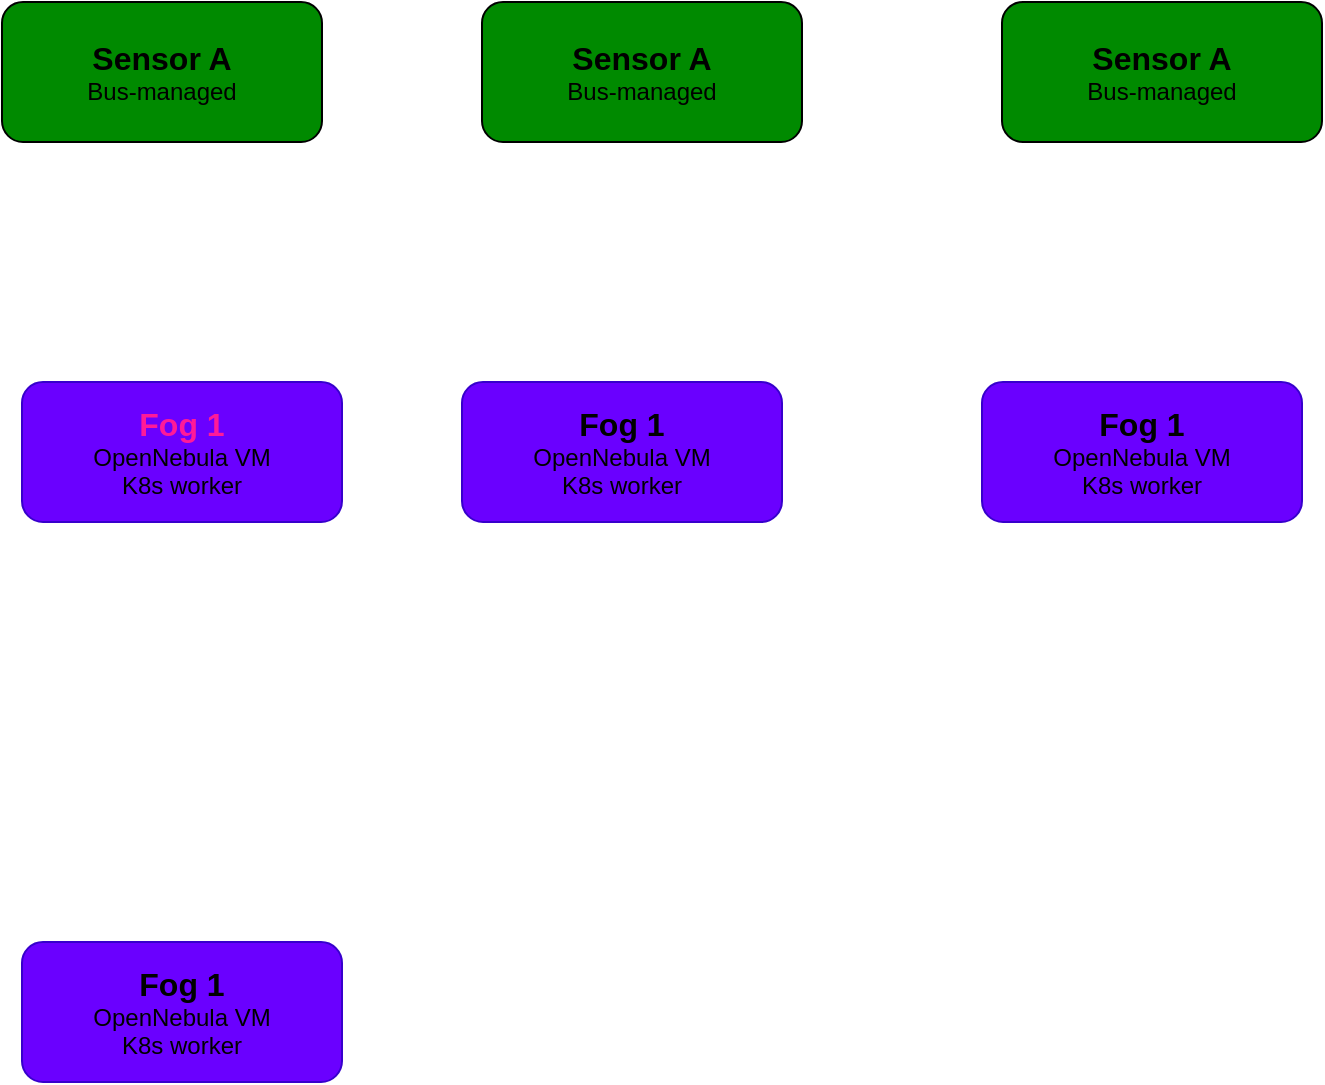
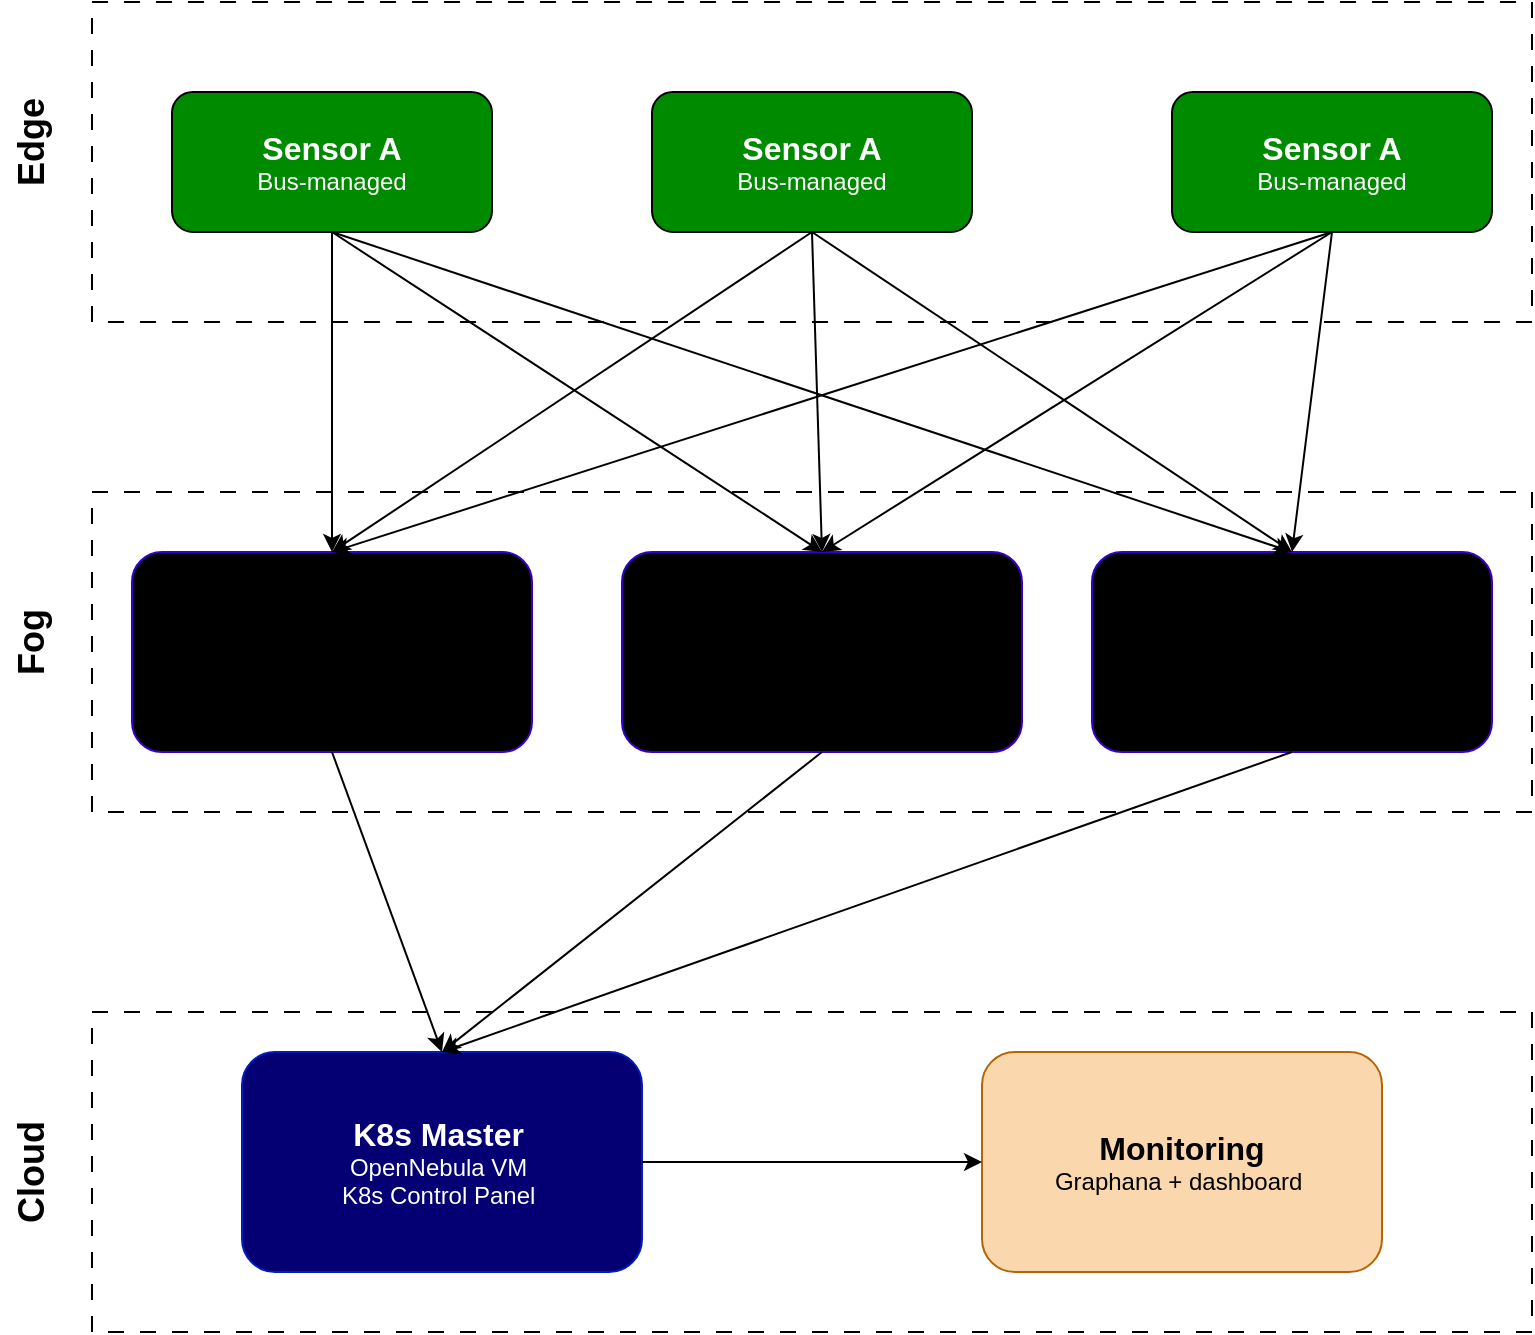
<mxfile host="app.diagrams.net">
  <diagram name="Page-1" id="_RtDyZi4ELLvnfh5VW-X">
    <mxGraphModel dx="1638" dy="841" grid="1" gridSize="10" guides="1" tooltips="1" connect="1" arrows="1" fold="1" page="1" pageScale="1" pageWidth="850" pageHeight="1100" math="0" shadow="0">
      <root>
        <mxCell id="0" />
        <mxCell id="1" parent="0" />
-         <mxCell id="Nj950ElIPJNTQFLo2fWw-1" parent="1" style="rounded=1;whiteSpace=wrap;html=1;fillColor=#008a00;fontColor=#ffffff;strokeColor=default;" value="&lt;div&gt;&lt;span style=&quot;color: light-dark(rgb(0, 0, 0), rgb(208, 255, 205));&quot;&gt;&lt;b&gt;&lt;font style=&quot;font-size: 16px;&quot; face=&quot;Helvetica&quot;&gt;Sensor A&lt;/font&gt;&lt;/b&gt;&lt;/span&gt;&lt;/div&gt;&lt;span style=&quot;color: light-dark(rgb(0, 0, 0), rgb(208, 255, 205));&quot;&gt;Bus-managed&lt;/span&gt;" vertex="1">
+         <mxCell id="s7r8S3nNiemYfjiW-K3L-24" parent="1" style="rounded=0;whiteSpace=wrap;html=1;fillColor=none;dashed=1;dashPattern=8 8;labelPosition=left;verticalLabelPosition=top;align=right;verticalAlign=bottom;" value="&lt;div&gt;&lt;br&gt;&lt;/div&gt;" vertex="1">
+           <mxGeometry height="160" width="720" x="60" y="330" as="geometry" />
+         </mxCell>
+         <mxCell id="Nj950ElIPJNTQFLo2fWw-1" parent="1" style="rounded=1;whiteSpace=wrap;html=1;fillColor=#008a00;fontColor=light-dark(#FFFFFF,#E6FFE1);strokeColor=default;" value="&lt;div&gt;&lt;span style=&quot;&quot;&gt;&lt;b&gt;&lt;font style=&quot;font-size: 16px;&quot; face=&quot;Helvetica&quot;&gt;Sensor A&lt;/font&gt;&lt;/b&gt;&lt;/span&gt;&lt;/div&gt;&lt;span style=&quot;&quot;&gt;Bus-managed&lt;/span&gt;" vertex="1">
          <mxGeometry height="70" width="160" x="100" y="130" as="geometry" />
        </mxCell>
-         <mxCell id="Nj950ElIPJNTQFLo2fWw-2" parent="1" style="rounded=1;whiteSpace=wrap;html=1;fillColor=#008a00;fontColor=#ffffff;strokeColor=default;" value="&lt;div&gt;&lt;span style=&quot;color: light-dark(rgb(0, 0, 0), rgb(208, 255, 205));&quot;&gt;&lt;b&gt;&lt;font style=&quot;font-size: 16px;&quot; face=&quot;Helvetica&quot;&gt;Sensor A&lt;/font&gt;&lt;/b&gt;&lt;/span&gt;&lt;/div&gt;&lt;span style=&quot;color: light-dark(rgb(0, 0, 0), rgb(208, 255, 205));&quot;&gt;Bus-managed&lt;/span&gt;" vertex="1">
+         <mxCell id="Nj950ElIPJNTQFLo2fWw-2" parent="1" style="rounded=1;whiteSpace=wrap;html=1;fillColor=#008a00;fontColor=light-dark(#FFFFFF,#E6FFE1);strokeColor=default;" value="&lt;div&gt;&lt;span style=&quot;&quot;&gt;&lt;b&gt;&lt;font style=&quot;font-size: 16px;&quot; face=&quot;Helvetica&quot;&gt;Sensor A&lt;/font&gt;&lt;/b&gt;&lt;/span&gt;&lt;/div&gt;&lt;span style=&quot;&quot;&gt;Bus-managed&lt;/span&gt;" vertex="1">
          <mxGeometry height="70" width="160" x="340" y="130" as="geometry" />
        </mxCell>
-         <mxCell id="Nj950ElIPJNTQFLo2fWw-3" parent="1" style="rounded=1;whiteSpace=wrap;html=1;fillColor=#008a00;fontColor=#ffffff;strokeColor=default;" value="&lt;div&gt;&lt;span style=&quot;color: light-dark(rgb(0, 0, 0), rgb(208, 255, 205));&quot;&gt;&lt;b&gt;&lt;font style=&quot;font-size: 16px;&quot; face=&quot;Helvetica&quot;&gt;Sensor A&lt;/font&gt;&lt;/b&gt;&lt;/span&gt;&lt;/div&gt;&lt;span style=&quot;color: light-dark(rgb(0, 0, 0), rgb(208, 255, 205));&quot;&gt;Bus-managed&lt;/span&gt;" vertex="1">
+         <mxCell id="Nj950ElIPJNTQFLo2fWw-3" parent="1" style="rounded=1;whiteSpace=wrap;html=1;fillColor=#008a00;fontColor=light-dark(#FFFFFF,#E6FFE1);strokeColor=default;" value="&lt;div&gt;&lt;span style=&quot;&quot;&gt;&lt;b&gt;&lt;font style=&quot;font-size: 16px;&quot; face=&quot;Helvetica&quot;&gt;Sensor A&lt;/font&gt;&lt;/b&gt;&lt;/span&gt;&lt;/div&gt;&lt;span style=&quot;&quot;&gt;Bus-managed&lt;/span&gt;" vertex="1">
          <mxGeometry height="70" width="160" x="600" y="130" as="geometry" />
        </mxCell>
-         <mxCell id="Nj950ElIPJNTQFLo2fWw-4" parent="1" style="rounded=1;whiteSpace=wrap;html=1;fillColor=light-dark(#6A00FF,#4D1F65);fontColor=#ffffff;strokeColor=#3700CC;" value="&lt;div&gt;&lt;span style=&quot;color: rgb(255, 26, 152);&quot;&gt;&lt;b&gt;&lt;font style=&quot;font-size: 16px;&quot; face=&quot;Helvetica&quot;&gt;Fog 1&lt;/font&gt;&lt;/b&gt;&lt;/span&gt;&lt;/div&gt;&lt;div&gt;&lt;span style=&quot;color: light-dark(rgb(106, 150, 255), rgb(208, 255, 205));&quot;&gt;&lt;span style=&quot;color: light-dark(rgb(0, 0, 0), rgb(208, 255, 205));&quot;&gt;OpenNebula &lt;/span&gt;&lt;/span&gt;&lt;span style=&quot;color: light-dark(rgb(0, 0, 0), rgb(208, 255, 205));&quot;&gt;VM&lt;/span&gt;&lt;/div&gt;&lt;div&gt;&lt;span style=&quot;color: light-dark(rgb(0, 0, 0), rgb(208, 255, 205));&quot;&gt;K8s worker&lt;/span&gt;&lt;/div&gt;" vertex="1">
-           <mxGeometry height="70" width="160" x="110" y="320" as="geometry" />
+         <mxCell id="Nj950ElIPJNTQFLo2fWw-4" parent="1" style="rounded=1;whiteSpace=wrap;html=1;fillColor=light-dark(#000000,#3E0078);fontColor=#ffffff;strokeColor=#3700CC;gradientColor=none;" value="&lt;div&gt;&lt;span style=&quot;color: light-dark(rgb(0, 0, 0), rgb(230, 194, 255));&quot;&gt;&lt;b&gt;&lt;font style=&quot;font-size: 16px;&quot;&gt;Fog 1&amp;nbsp;&lt;/font&gt;&lt;/b&gt;&lt;/span&gt;&lt;/div&gt;&lt;div&gt;&lt;span style=&quot;color: light-dark(rgb(0, 0, 0), rgb(230, 194, 255));&quot;&gt;OpenNebula VM&amp;nbsp;&lt;/span&gt;&lt;/div&gt;&lt;div&gt;&lt;span style=&quot;color: light-dark(rgb(0, 0, 0), rgb(230, 194, 255));&quot;&gt;K8s Worker&lt;/span&gt;&lt;/div&gt;" vertex="1">
+           <mxGeometry height="100" width="200" x="80" y="360" as="geometry" />
        </mxCell>
-         <mxCell id="Nj950ElIPJNTQFLo2fWw-6" parent="1" style="rounded=1;whiteSpace=wrap;html=1;fillColor=light-dark(#6A00FF,#4D1F65);fontColor=#ffffff;strokeColor=#3700CC;" value="&lt;div&gt;&lt;span style=&quot;color: light-dark(rgb(0, 0, 0), rgb(208, 255, 205));&quot;&gt;&lt;b&gt;&lt;font style=&quot;font-size: 16px;&quot; face=&quot;Helvetica&quot;&gt;Fog 1&lt;/font&gt;&lt;/b&gt;&lt;/span&gt;&lt;/div&gt;&lt;div&gt;&lt;span style=&quot;color: light-dark(rgb(0, 0, 0), rgb(208, 255, 205));&quot;&gt;OpenNebula VM&lt;/span&gt;&lt;/div&gt;&lt;div&gt;&lt;span style=&quot;color: light-dark(rgb(0, 0, 0), rgb(208, 255, 205));&quot;&gt;K8s worker&lt;/span&gt;&lt;/div&gt;" vertex="1">
-           <mxGeometry height="70" width="160" x="330" y="320" as="geometry" />
+         <mxCell id="s7r8S3nNiemYfjiW-K3L-3" parent="1" style="rounded=1;whiteSpace=wrap;html=1;fillColor=light-dark(#000000,#3E0078);fontColor=#ffffff;strokeColor=#3700CC;gradientColor=none;" value="&lt;div&gt;&lt;span style=&quot;color: light-dark(rgb(0, 0, 0), rgb(230, 194, 255));&quot;&gt;&lt;b&gt;&lt;font style=&quot;font-size: 16px;&quot;&gt;Fog 1&amp;nbsp;&lt;/font&gt;&lt;/b&gt;&lt;/span&gt;&lt;/div&gt;&lt;div&gt;&lt;span style=&quot;color: light-dark(rgb(0, 0, 0), rgb(230, 194, 255));&quot;&gt;OpenNebula VM&amp;nbsp;&lt;/span&gt;&lt;/div&gt;&lt;div&gt;&lt;span style=&quot;color: light-dark(rgb(0, 0, 0), rgb(230, 194, 255));&quot;&gt;K8s Worker&lt;/span&gt;&lt;/div&gt;" vertex="1">
+           <mxGeometry height="100" width="200" x="560" y="360" as="geometry" />
        </mxCell>
-         <mxCell id="Nj950ElIPJNTQFLo2fWw-7" parent="1" style="rounded=1;whiteSpace=wrap;html=1;fillColor=light-dark(#6A00FF,#4D1F65);fontColor=#ffffff;strokeColor=#3700CC;" value="&lt;div&gt;&lt;span style=&quot;color: light-dark(rgb(0, 0, 0), rgb(208, 255, 205));&quot;&gt;&lt;b&gt;&lt;font style=&quot;font-size: 16px;&quot; face=&quot;Helvetica&quot;&gt;Fog 1&lt;/font&gt;&lt;/b&gt;&lt;/span&gt;&lt;/div&gt;&lt;div&gt;&lt;span style=&quot;color: light-dark(rgb(0, 0, 0), rgb(208, 255, 205));&quot;&gt;OpenNebula VM&lt;/span&gt;&lt;/div&gt;&lt;div&gt;&lt;span style=&quot;color: light-dark(rgb(0, 0, 0), rgb(208, 255, 205));&quot;&gt;K8s worker&lt;/span&gt;&lt;/div&gt;" vertex="1">
-           <mxGeometry height="70" width="160" x="590" y="320" as="geometry" />
+         <mxCell id="s7r8S3nNiemYfjiW-K3L-5" parent="1" style="rounded=1;whiteSpace=wrap;html=1;fillColor=light-dark(#000000,#3E0078);fontColor=#ffffff;strokeColor=#3700CC;gradientColor=none;" value="&lt;div&gt;&lt;span style=&quot;color: light-dark(rgb(0, 0, 0), rgb(230, 194, 255));&quot;&gt;&lt;b&gt;&lt;font style=&quot;font-size: 16px;&quot;&gt;Fog 1&amp;nbsp;&lt;/font&gt;&lt;/b&gt;&lt;/span&gt;&lt;/div&gt;&lt;div&gt;&lt;span style=&quot;color: light-dark(rgb(0, 0, 0), rgb(230, 194, 255));&quot;&gt;OpenNebula VM&amp;nbsp;&lt;/span&gt;&lt;/div&gt;&lt;div&gt;&lt;span style=&quot;color: light-dark(rgb(0, 0, 0), rgb(230, 194, 255));&quot;&gt;K8s Worker&lt;/span&gt;&lt;/div&gt;" vertex="1">
+           <mxGeometry height="100" width="200" x="325" y="360" as="geometry" />
        </mxCell>
-         <mxCell id="Nj950ElIPJNTQFLo2fWw-8" parent="1" style="rounded=1;whiteSpace=wrap;html=1;fillColor=light-dark(#6A00FF,#4D1F65);fontColor=#ffffff;strokeColor=#3700CC;" value="&lt;div&gt;&lt;span style=&quot;color: light-dark(rgb(0, 0, 0), rgb(208, 255, 205));&quot;&gt;&lt;b&gt;&lt;font style=&quot;font-size: 16px;&quot; face=&quot;Helvetica&quot;&gt;Fog 1&lt;/font&gt;&lt;/b&gt;&lt;/span&gt;&lt;/div&gt;&lt;div&gt;&lt;span style=&quot;color: light-dark(rgb(0, 0, 0), rgb(208, 255, 205));&quot;&gt;OpenNebula VM&lt;/span&gt;&lt;/div&gt;&lt;div&gt;&lt;span style=&quot;color: light-dark(rgb(0, 0, 0), rgb(208, 255, 205));&quot;&gt;K8s worker&lt;/span&gt;&lt;/div&gt;" vertex="1">
-           <mxGeometry height="70" width="160" x="110" y="600" as="geometry" />
+         <mxCell id="s7r8S3nNiemYfjiW-K3L-8" parent="1" style="rounded=1;whiteSpace=wrap;html=1;fillColor=light-dark(#040073,#13145D);fontColor=light-dark(#FFFFFF,#BCC1FF);strokeColor=#001DBC;" value="&lt;div&gt;&lt;span style=&quot;&quot;&gt;&lt;b style=&quot;&quot;&gt;&lt;span style=&quot;&quot;&gt;&lt;font style=&quot;font-size: 16px;&quot;&gt;K8s Master&lt;/font&gt;&amp;nbsp;&lt;/span&gt;&lt;/b&gt;&lt;/span&gt;&lt;/div&gt;&lt;div&gt;&lt;span style=&quot;&quot;&gt;&lt;span style=&quot;&quot;&gt;&lt;span style=&quot;&quot;&gt;&lt;span style=&quot;&quot;&gt;&lt;span style=&quot;&quot;&gt;OpenNebula VM&amp;nbsp;&lt;/span&gt;&lt;/span&gt;&lt;span style=&quot;&quot;&gt;&lt;span style=&quot;&quot;&gt;&lt;br&gt;&lt;/span&gt;&lt;/span&gt;&lt;/span&gt;&lt;/span&gt;&lt;/span&gt;&lt;/div&gt;&lt;div&gt;&lt;span style=&quot;&quot;&gt;&lt;span style=&quot;&quot;&gt;&lt;span style=&quot;&quot;&gt;K8s Control Panel&lt;/span&gt;&lt;/span&gt;&lt;span style=&quot;&quot;&gt;&lt;span style=&quot;&quot;&gt;&amp;nbsp;&lt;/span&gt;&lt;/span&gt;&lt;/span&gt;&lt;/div&gt;" vertex="1">
+           <mxGeometry height="110" width="200" x="135" y="610" as="geometry" />
+         </mxCell>
+         <mxCell id="s7r8S3nNiemYfjiW-K3L-9" parent="1" style="rounded=1;whiteSpace=wrap;html=1;fillColor=light-dark(#FAD7AC,#73430D);strokeColor=#b46504;fontColor=light-dark(#000000,#EAD7A0);" value="&lt;div&gt;&lt;span style=&quot;&quot;&gt;&lt;b style=&quot;&quot;&gt;&lt;span style=&quot;&quot;&gt;&lt;font style=&quot;font-size: 16px;&quot;&gt;Monitoring&lt;/font&gt;&lt;/span&gt;&lt;/b&gt;&lt;/span&gt;&lt;/div&gt;&lt;div&gt;&lt;span style=&quot;&quot;&gt;&lt;span style=&quot;&quot;&gt;&lt;span style=&quot;&quot;&gt;Graphana + dashboard&amp;nbsp;&lt;/span&gt;&lt;/span&gt;&lt;/span&gt;&lt;/div&gt;" vertex="1">
+           <mxGeometry height="110" width="200" x="505" y="610" as="geometry" />
+         </mxCell>
+         <mxCell id="s7r8S3nNiemYfjiW-K3L-10" edge="1" parent="1" source="Nj950ElIPJNTQFLo2fWw-1" style="endArrow=classic;html=1;rounded=0;exitX=0.5;exitY=1;exitDx=0;exitDy=0;entryX=0.5;entryY=0;entryDx=0;entryDy=0;" target="Nj950ElIPJNTQFLo2fWw-4" value="">
+           <mxGeometry height="50" relative="1" width="50" as="geometry">
+             <mxPoint x="120" y="300" as="sourcePoint" />
+             <mxPoint x="170" y="250" as="targetPoint" />
+           </mxGeometry>
+         </mxCell>
+         <mxCell id="s7r8S3nNiemYfjiW-K3L-11" edge="1" parent="1" source="Nj950ElIPJNTQFLo2fWw-2" style="endArrow=classic;html=1;rounded=0;exitX=0.5;exitY=1;exitDx=0;exitDy=0;entryX=0.5;entryY=0;entryDx=0;entryDy=0;" target="s7r8S3nNiemYfjiW-K3L-5" value="">
+           <mxGeometry height="50" relative="1" width="50" as="geometry">
+             <mxPoint x="190" y="210" as="sourcePoint" />
+             <mxPoint x="200" y="330" as="targetPoint" />
+           </mxGeometry>
+         </mxCell>
+         <mxCell id="s7r8S3nNiemYfjiW-K3L-12" edge="1" parent="1" source="Nj950ElIPJNTQFLo2fWw-3" style="endArrow=classic;html=1;rounded=0;exitX=0.5;exitY=1;exitDx=0;exitDy=0;entryX=0.5;entryY=0;entryDx=0;entryDy=0;" target="s7r8S3nNiemYfjiW-K3L-3" value="">
+           <mxGeometry height="50" relative="1" width="50" as="geometry">
+             <mxPoint x="430" y="210" as="sourcePoint" />
+             <mxPoint x="450" y="330" as="targetPoint" />
+           </mxGeometry>
+         </mxCell>
+         <mxCell id="s7r8S3nNiemYfjiW-K3L-14" edge="1" parent="1" style="endArrow=classic;html=1;rounded=0;entryX=0.5;entryY=0;entryDx=0;entryDy=0;" target="Nj950ElIPJNTQFLo2fWw-4" value="">
+           <mxGeometry height="50" relative="1" width="50" as="geometry">
+             <mxPoint x="680" y="200" as="sourcePoint" />
+             <mxPoint x="450" y="330" as="targetPoint" />
+           </mxGeometry>
+         </mxCell>
+         <mxCell id="s7r8S3nNiemYfjiW-K3L-15" edge="1" parent="1" source="Nj950ElIPJNTQFLo2fWw-2" style="endArrow=classic;html=1;rounded=0;entryX=0.5;entryY=0;entryDx=0;entryDy=0;exitX=0.5;exitY=1;exitDx=0;exitDy=0;" target="Nj950ElIPJNTQFLo2fWw-4" value="">
+           <mxGeometry height="50" relative="1" width="50" as="geometry">
+             <mxPoint x="690" y="210" as="sourcePoint" />
+             <mxPoint x="200" y="330" as="targetPoint" />
+           </mxGeometry>
+         </mxCell>
+         <mxCell id="s7r8S3nNiemYfjiW-K3L-16" edge="1" parent="1" style="endArrow=classic;html=1;rounded=0;entryX=0.5;entryY=0;entryDx=0;entryDy=0;" target="s7r8S3nNiemYfjiW-K3L-3" value="">
+           <mxGeometry height="50" relative="1" width="50" as="geometry">
+             <mxPoint x="420" y="200" as="sourcePoint" />
+             <mxPoint x="200" y="330" as="targetPoint" />
+           </mxGeometry>
+         </mxCell>
+         <mxCell id="s7r8S3nNiemYfjiW-K3L-17" edge="1" parent="1" source="Nj950ElIPJNTQFLo2fWw-1" style="endArrow=classic;html=1;rounded=0;entryX=0.5;entryY=0;entryDx=0;entryDy=0;exitX=0.5;exitY=1;exitDx=0;exitDy=0;" target="s7r8S3nNiemYfjiW-K3L-5" value="">
+           <mxGeometry height="50" relative="1" width="50" as="geometry">
+             <mxPoint x="430" y="210" as="sourcePoint" />
+             <mxPoint x="690" y="330" as="targetPoint" />
+           </mxGeometry>
+         </mxCell>
+         <mxCell id="s7r8S3nNiemYfjiW-K3L-18" edge="1" parent="1" style="endArrow=classic;html=1;rounded=0;entryX=0.5;entryY=0;entryDx=0;entryDy=0;" target="s7r8S3nNiemYfjiW-K3L-3" value="">
+           <mxGeometry height="50" relative="1" width="50" as="geometry">
+             <mxPoint x="180" y="200" as="sourcePoint" />
+             <mxPoint x="450" y="330" as="targetPoint" />
+           </mxGeometry>
+         </mxCell>
+         <mxCell id="s7r8S3nNiemYfjiW-K3L-19" edge="1" parent="1" source="Nj950ElIPJNTQFLo2fWw-4" style="endArrow=classic;html=1;rounded=0;exitX=0.5;exitY=1;exitDx=0;exitDy=0;entryX=0.5;entryY=0;entryDx=0;entryDy=0;" target="s7r8S3nNiemYfjiW-K3L-8" value="">
+           <mxGeometry height="50" relative="1" width="50" as="geometry">
+             <mxPoint x="120" y="540" as="sourcePoint" />
+             <mxPoint x="170" y="490" as="targetPoint" />
+           </mxGeometry>
+         </mxCell>
+         <mxCell id="s7r8S3nNiemYfjiW-K3L-20" edge="1" parent="1" source="s7r8S3nNiemYfjiW-K3L-5" style="endArrow=classic;html=1;rounded=0;exitX=0.5;exitY=1;exitDx=0;exitDy=0;entryX=0.5;entryY=0;entryDx=0;entryDy=0;" target="s7r8S3nNiemYfjiW-K3L-8" value="">
+           <mxGeometry height="50" relative="1" width="50" as="geometry">
+             <mxPoint x="190" y="420" as="sourcePoint" />
+             <mxPoint x="240" y="560" as="targetPoint" />
+           </mxGeometry>
+         </mxCell>
+         <mxCell id="s7r8S3nNiemYfjiW-K3L-21" edge="1" parent="1" source="s7r8S3nNiemYfjiW-K3L-3" style="endArrow=classic;html=1;rounded=0;exitX=0.5;exitY=1;exitDx=0;exitDy=0;entryX=0.5;entryY=0;entryDx=0;entryDy=0;" target="s7r8S3nNiemYfjiW-K3L-8" value="">
+           <mxGeometry height="50" relative="1" width="50" as="geometry">
+             <mxPoint x="435" y="420" as="sourcePoint" />
+             <mxPoint x="240" y="560" as="targetPoint" />
+           </mxGeometry>
+         </mxCell>
+         <mxCell id="s7r8S3nNiemYfjiW-K3L-22" edge="1" parent="1" source="s7r8S3nNiemYfjiW-K3L-8" style="endArrow=classic;html=1;rounded=0;exitX=1;exitY=0.5;exitDx=0;exitDy=0;entryX=0;entryY=0.5;entryDx=0;entryDy=0;" target="s7r8S3nNiemYfjiW-K3L-9" value="">
+           <mxGeometry height="50" relative="1" width="50" as="geometry">
+             <mxPoint x="675" y="480" as="sourcePoint" />
+             <mxPoint x="245" y="620" as="targetPoint" />
+           </mxGeometry>
+         </mxCell>
+         <mxCell id="s7r8S3nNiemYfjiW-K3L-23" parent="1" style="rounded=0;whiteSpace=wrap;html=1;fillColor=none;dashed=1;dashPattern=8 8;" value="" vertex="1">
+           <mxGeometry height="160" width="720" x="60" y="590" as="geometry" />
+         </mxCell>
+         <mxCell id="s7r8S3nNiemYfjiW-K3L-25" edge="1" parent="1" source="Nj950ElIPJNTQFLo2fWw-3" style="endArrow=classic;html=1;rounded=0;exitX=0.5;exitY=1;exitDx=0;exitDy=0;entryX=0.5;entryY=0;entryDx=0;entryDy=0;" target="s7r8S3nNiemYfjiW-K3L-5" value="">
+           <mxGeometry height="50" relative="1" width="50" as="geometry">
+             <mxPoint x="680" y="200" as="sourcePoint" />
+             <mxPoint x="425" y="360" as="targetPoint" />
+           </mxGeometry>
+         </mxCell>
+         <mxCell id="s7r8S3nNiemYfjiW-K3L-27" parent="1" style="rounded=0;whiteSpace=wrap;html=1;fillColor=none;dashed=1;dashPattern=8 8;labelPosition=left;verticalLabelPosition=top;align=right;verticalAlign=bottom;fontColor=light-dark(#000000,#FEFEFE);" value="" vertex="1">
+           <mxGeometry height="160" width="720" x="60" y="85" as="geometry" />
+         </mxCell>
+         <mxCell id="s7r8S3nNiemYfjiW-K3L-28" parent="1" style="text;html=1;whiteSpace=wrap;strokeColor=none;fillColor=none;align=center;verticalAlign=middle;rounded=0;rotation=-90;" value="&lt;font style=&quot;font-size: 18px;&quot;&gt;&lt;b&gt;Edge&lt;/b&gt;&lt;/font&gt;" vertex="1">
+           <mxGeometry height="30" width="60" y="140" as="geometry" />
+         </mxCell>
+         <mxCell id="s7r8S3nNiemYfjiW-K3L-29" parent="1" style="text;html=1;whiteSpace=wrap;strokeColor=none;fillColor=none;align=center;verticalAlign=middle;rounded=0;rotation=-90;" value="&lt;div&gt;&lt;font style=&quot;font-size: 18px;&quot;&gt;&lt;b&gt;Fog&lt;/b&gt;&lt;/font&gt;&lt;/div&gt;" vertex="1">
+           <mxGeometry height="30" width="60" y="390" as="geometry" />
+         </mxCell>
+         <mxCell id="s7r8S3nNiemYfjiW-K3L-30" parent="1" style="text;html=1;whiteSpace=wrap;strokeColor=none;fillColor=none;align=center;verticalAlign=middle;rounded=0;rotation=-90;" value="&lt;div&gt;&lt;font style=&quot;font-size: 18px;&quot;&gt;&lt;b&gt;Cloud&lt;/b&gt;&lt;/font&gt;&lt;/div&gt;" vertex="1">
+           <mxGeometry height="30" width="60" y="655" as="geometry" />
        </mxCell>
      </root>
    </mxGraphModel>
  </diagram>
</mxfile>
